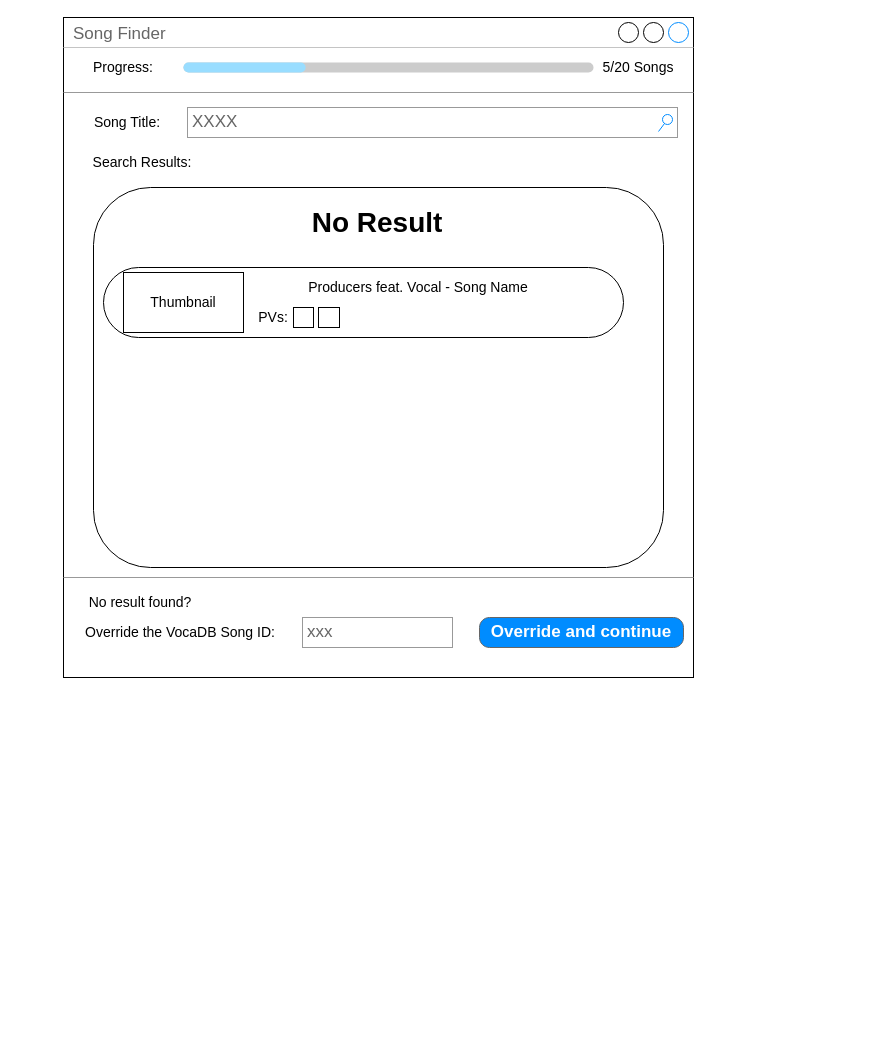
Earlier version of the draw.io diagram doc/Mock UI.drawio (CXwudi/song-finder-vocadb). Source tidied: cells renumbered, new cells numbered last; positions are measured from the earlier drawing's top-left corner, leaving out a move shared by most shapes. Both pictures are drawn from the tidied source at 100%, with x=0, y=0 at pixel (63, 17).
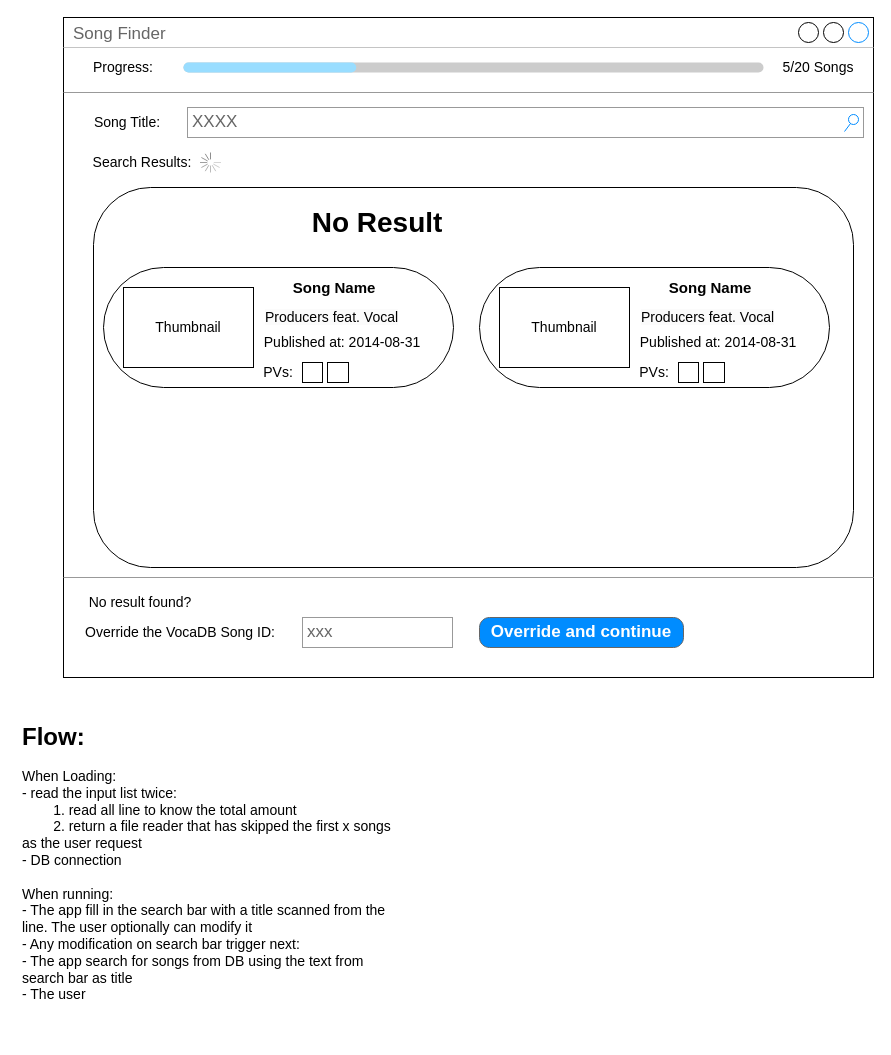
The same diagram, later.

The edit, as a diff of the source:
```diff
@@
     <mxCell id="2" value="Song Finder" style="strokeWidth=1;shadow=0;dashed=0;align=center;html=1;shape=mxgraph.mockup.containers.window;align=left;verticalAlign=top;spacingLeft=8;strokeColor2=#008cff;strokeColor3=#c4c4c4;fontColor=#666666;mainText=;fontSize=17;labelBackgroundColor=none;whiteSpace=wrap;" parent="1" vertex="1">
-      <mxGeometry width="630" height="660" as="geometry" />
+      <mxGeometry width="810" height="660" as="geometry" />
     </mxCell>
     <mxCell id="3" style="verticalLabelPosition=bottom;shadow=0;dashed=0;align=center;html=1;verticalAlign=top;strokeWidth=1;shape=mxgraph.mockup.misc.progressBar;fillColor=#cccccc;strokeColor=none;fillColor2=#99ddff;barPos=29.782;" parent="1" vertex="1">
-      <mxGeometry x="120" y="40" width="410" height="20" as="geometry" />
+      <mxGeometry x="120" y="40" width="580" height="20" as="geometry" />
     </mxCell>
     <mxCell id="4" value="&lt;font style=&quot;font-size: 14px;&quot;&gt;5/20 Songs&lt;/font&gt;" style="text;html=1;strokeColor=none;fillColor=none;align=center;verticalAlign=middle;whiteSpace=wrap;rounded=0;" parent="1" vertex="1">
-      <mxGeometry x="530" y="35" width="90" height="30" as="geometry" />
+      <mxGeometry x="710" y="35" width="90" height="30" as="geometry" />
     </mxCell>
@@
     <mxCell id="6" value="XXXX" style="strokeWidth=1;shadow=0;dashed=0;align=center;html=1;shape=mxgraph.mockup.forms.searchBox;strokeColor=#999999;mainText=;strokeColor2=#008cff;fontColor=#666666;fontSize=17;align=left;spacingLeft=3;whiteSpace=wrap;rounded=0;fontFamily=Helvetica;fillColor=none;gradientColor=none;" parent="1" vertex="1">
-      <mxGeometry x="124" y="90" width="490" height="30" as="geometry" />
+      <mxGeometry x="124" y="90" width="676" height="30" as="geometry" />
     </mxCell>
@@
     <mxCell id="9" style="verticalLabelPosition=bottom;shadow=0;dashed=0;align=center;html=1;verticalAlign=top;strokeWidth=1;shape=mxgraph.mockup.markup.line;strokeColor=#999999;rounded=0;fontFamily=Helvetica;fontSize=14;fontColor=default;fillColor=none;gradientColor=none;" parent="1" vertex="1">
-      <mxGeometry y="65" width="630" height="20" as="geometry" />
+      <mxGeometry y="65" width="810" height="20" as="geometry" />
     </mxCell>
     <mxCell id="10" style="rounded=1;whiteSpace=wrap;html=1;fontFamily=Helvetica;fontSize=14;fontColor=default;fillColor=none;gradientColor=none;" parent="1" vertex="1">
-      <mxGeometry x="30" y="170" width="570" height="380" as="geometry" />
+      <mxGeometry x="30" y="170" width="760" height="380" as="geometry" />
     </mxCell>
     <mxCell id="11" style="verticalLabelPosition=bottom;shadow=0;dashed=0;align=center;html=1;verticalAlign=top;strokeWidth=1;shape=mxgraph.mockup.markup.line;strokeColor=#999999;rounded=0;fontFamily=Helvetica;fontSize=14;fontColor=default;fillColor=none;gradientColor=none;" parent="1" vertex="1">
-      <mxGeometry y="550" width="630" height="20" as="geometry" />
+      <mxGeometry y="550" width="810" height="20" as="geometry" />
     </mxCell>
@@
     <mxCell id="16" style="rounded=1;whiteSpace=wrap;html=1;fontFamily=Helvetica;fontSize=14;fontColor=default;fillColor=none;gradientColor=none;arcSize=50;" parent="1" vertex="1">
-      <mxGeometry x="40" y="250" width="520" height="70" as="geometry" />
+      <mxGeometry x="40" y="250" width="350" height="120" as="geometry" />
     </mxCell>
     <mxCell id="17" value="Thumbnail" style="rounded=0;whiteSpace=wrap;html=1;fontFamily=Helvetica;fontSize=14;fontColor=default;fillColor=none;gradientColor=none;" parent="1" vertex="1">
-      <mxGeometry x="60" y="255" width="120" height="60" as="geometry" />
+      <mxGeometry x="60" y="270" width="130" height="80" as="geometry" />
     </mxCell>
-    <mxCell id="18" value="Producers feat. Vocal - Song Name" style="text;html=1;strokeColor=none;fillColor=none;align=center;verticalAlign=middle;whiteSpace=wrap;rounded=0;fontSize=14;fontFamily=Helvetica;fontColor=default;" parent="1" vertex="1">
-      <mxGeometry x="210" y="255" width="290" height="30" as="geometry" />
+    <mxCell id="18" value="&lt;b style=&quot;font-size: 15px;&quot;&gt;&amp;nbsp;Song Name&lt;/b&gt;" style="text;html=1;strokeColor=none;fillColor=none;align=center;verticalAlign=middle;whiteSpace=wrap;rounded=0;fontSize=15;fontFamily=Helvetica;fontColor=default;" parent="1" vertex="1">
+      <mxGeometry x="224" y="255" width="90" height="30" as="geometry" />
     </mxCell>
     <mxCell id="19" value="PVs:" style="text;html=1;strokeColor=none;fillColor=none;align=center;verticalAlign=middle;whiteSpace=wrap;rounded=0;fontSize=14;fontFamily=Helvetica;fontColor=default;" parent="1" vertex="1">
-      <mxGeometry x="180" y="285" width="60" height="30" as="geometry" />
+      <mxGeometry x="186" y="340" width="58" height="30" as="geometry" />
     </mxCell>
     <mxCell id="20" style="rounded=0;whiteSpace=wrap;html=1;fontFamily=Helvetica;fontSize=14;fontColor=default;fillColor=none;gradientColor=none;" parent="1" vertex="1">
-      <mxGeometry x="230" y="290" width="20" height="20" as="geometry" />
+      <mxGeometry x="239" y="345" width="20" height="20" as="geometry" />
     </mxCell>
     <mxCell id="21" style="rounded=0;whiteSpace=wrap;html=1;fontFamily=Helvetica;fontSize=14;fontColor=default;fillColor=none;gradientColor=none;" parent="1" vertex="1">
-      <mxGeometry x="255" y="290" width="21" height="20" as="geometry" />
+      <mxGeometry x="264" y="345" width="21" height="20" as="geometry" />
     </mxCell>
@@
+    <mxCell id="23" value="&lt;span style=&quot;color: rgb(0, 0, 0); font-family: Helvetica; font-size: 14px; font-style: normal; font-variant-ligatures: normal; font-variant-caps: normal; font-weight: 400; letter-spacing: normal; orphans: 2; text-align: center; text-indent: 0px; text-transform: none; widows: 2; word-spacing: 0px; -webkit-text-stroke-width: 0px; background-color: rgb(251, 251, 251); text-decoration-thickness: initial; text-decoration-style: initial; text-decoration-color: initial; float: none; display: inline !important;&quot;&gt;Producers feat. Vocal&lt;/span&gt;" style="text;whiteSpace=wrap;html=1;fontSize=14;" parent="1" vertex="1">
+      <mxGeometry x="200" y="285" width="170" height="40" as="geometry" />
+    </mxCell>
+    <mxCell id="24" value="Published at: 2014-08-31" style="text;html=1;strokeColor=none;fillColor=none;align=center;verticalAlign=middle;whiteSpace=wrap;rounded=0;fontSize=14;" parent="1" vertex="1">
+      <mxGeometry x="188" y="310" width="182" height="30" as="geometry" />
+    </mxCell>
+    <mxCell id="25" style="rounded=1;whiteSpace=wrap;html=1;fontFamily=Helvetica;fontSize=14;fontColor=default;fillColor=none;gradientColor=none;arcSize=50;" parent="1" vertex="1">
+      <mxGeometry x="416" y="250" width="350" height="120" as="geometry" />
+    </mxCell>
+    <mxCell id="26" value="Thumbnail" style="rounded=0;whiteSpace=wrap;html=1;fontFamily=Helvetica;fontSize=14;fontColor=default;fillColor=none;gradientColor=none;" parent="1" vertex="1">
+      <mxGeometry x="436" y="270" width="130" height="80" as="geometry" />
+    </mxCell>
+    <mxCell id="27" value="&lt;b style=&quot;font-size: 15px;&quot;&gt;&amp;nbsp;Song Name&lt;/b&gt;" style="text;html=1;strokeColor=none;fillColor=none;align=center;verticalAlign=middle;whiteSpace=wrap;rounded=0;fontSize=15;fontFamily=Helvetica;fontColor=default;" parent="1" vertex="1">
+      <mxGeometry x="600" y="255" width="90" height="30" as="geometry" />
+    </mxCell>
+    <mxCell id="28" value="PVs:" style="text;html=1;strokeColor=none;fillColor=none;align=center;verticalAlign=middle;whiteSpace=wrap;rounded=0;fontSize=14;fontFamily=Helvetica;fontColor=default;" parent="1" vertex="1">
+      <mxGeometry x="562" y="340" width="58" height="30" as="geometry" />
+    </mxCell>
+    <mxCell id="29" style="rounded=0;whiteSpace=wrap;html=1;fontFamily=Helvetica;fontSize=14;fontColor=default;fillColor=none;gradientColor=none;" parent="1" vertex="1">
+      <mxGeometry x="615" y="345" width="20" height="20" as="geometry" />
+    </mxCell>
+    <mxCell id="30" style="rounded=0;whiteSpace=wrap;html=1;fontFamily=Helvetica;fontSize=14;fontColor=default;fillColor=none;gradientColor=none;" parent="1" vertex="1">
+      <mxGeometry x="640" y="345" width="21" height="20" as="geometry" />
+    </mxCell>
+    <mxCell id="31" value="&lt;span style=&quot;color: rgb(0, 0, 0); font-family: Helvetica; font-size: 14px; font-style: normal; font-variant-ligatures: normal; font-variant-caps: normal; font-weight: 400; letter-spacing: normal; orphans: 2; text-align: center; text-indent: 0px; text-transform: none; widows: 2; word-spacing: 0px; -webkit-text-stroke-width: 0px; background-color: rgb(251, 251, 251); text-decoration-thickness: initial; text-decoration-style: initial; text-decoration-color: initial; float: none; display: inline !important;&quot;&gt;Producers feat. Vocal&lt;/span&gt;" style="text;whiteSpace=wrap;html=1;fontSize=14;" parent="1" vertex="1">
+      <mxGeometry x="576" y="285" width="170" height="40" as="geometry" />
+    </mxCell>
+    <mxCell id="32" value="Published at: 2014-08-31" style="text;html=1;strokeColor=none;fillColor=none;align=center;verticalAlign=middle;whiteSpace=wrap;rounded=0;fontSize=14;" parent="1" vertex="1">
+      <mxGeometry x="564" y="310" width="182" height="30" as="geometry" />
+    </mxCell>
+    <mxCell id="33" value="&lt;h1&gt;Flow:&lt;/h1&gt;&lt;div style=&quot;font-size: 14px;&quot;&gt;When Loading:&lt;/div&gt;&lt;div style=&quot;font-size: 14px;&quot;&gt;&lt;font style=&quot;font-size: 14px;&quot;&gt;- read the input list twice:&lt;/font&gt;&lt;/div&gt;&lt;div style=&quot;font-size: 14px;&quot;&gt;&lt;font style=&quot;font-size: 14px;&quot;&gt;&lt;span style=&quot;white-space: pre;&quot;&gt;&#9;&lt;/span&gt;1. read all line to know the total amount&lt;br&gt;&lt;/font&gt;&lt;/div&gt;&lt;div style=&quot;font-size: 14px;&quot;&gt;&lt;font style=&quot;font-size: 14px;&quot;&gt;&lt;span style=&quot;white-space: pre;&quot;&gt;&#9;&lt;/span&gt;2. return a file reader that has skipped the first x songs as the user request&lt;/font&gt;&lt;br&gt;&lt;/div&gt;&lt;div style=&quot;font-size: 14px;&quot;&gt;&lt;font style=&quot;font-size: 14px;&quot;&gt;- DB connection&lt;/font&gt;&lt;/div&gt;&lt;div style=&quot;font-size: 14px;&quot;&gt;&lt;font style=&quot;font-size: 14px;&quot;&gt;&lt;br&gt;&lt;/font&gt;&lt;/div&gt;&lt;div style=&quot;font-size: 14px;&quot;&gt;&lt;font style=&quot;font-size: 14px;&quot;&gt;When running:&lt;/font&gt;&lt;/div&gt;&lt;div style=&quot;font-size: 14px;&quot;&gt;&lt;font style=&quot;font-size: 14px;&quot;&gt;- The app fill in the search bar with a title scanned from the line. The user optionally can modify it&lt;/font&gt;&lt;/div&gt;&lt;div style=&quot;font-size: 14px;&quot;&gt;&lt;font style=&quot;font-size: 14px;&quot;&gt;- Any modification on search bar trigger next:&lt;/font&gt;&lt;/div&gt;&lt;div style=&quot;font-size: 14px;&quot;&gt;&lt;font style=&quot;font-size: 14px;&quot;&gt;- The app search for songs from DB using the text from search bar as title&lt;/font&gt;&lt;/div&gt;&lt;div style=&quot;font-size: 14px;&quot;&gt;&lt;font style=&quot;font-size: 14px;&quot;&gt;- The user&lt;/font&gt;&lt;/div&gt;" style="text;html=1;strokeColor=none;fillColor=none;spacing=5;spacingTop=-20;whiteSpace=wrap;overflow=hidden;rounded=0;" parent="1" vertex="1">
+      <mxGeometry x="-46" y="700" width="386" height="320" as="geometry" />
+    </mxCell>
+    <mxCell id="34" style="verticalLabelPosition=bottom;shadow=0;dashed=0;align=center;html=1;verticalAlign=top;strokeWidth=1;shape=mxgraph.mockup.misc.loading_circle_2;" parent="1" vertex="1">
+      <mxGeometry x="136.5" y="135" width="21" height="20" as="geometry" />
+    </mxCell>
```
